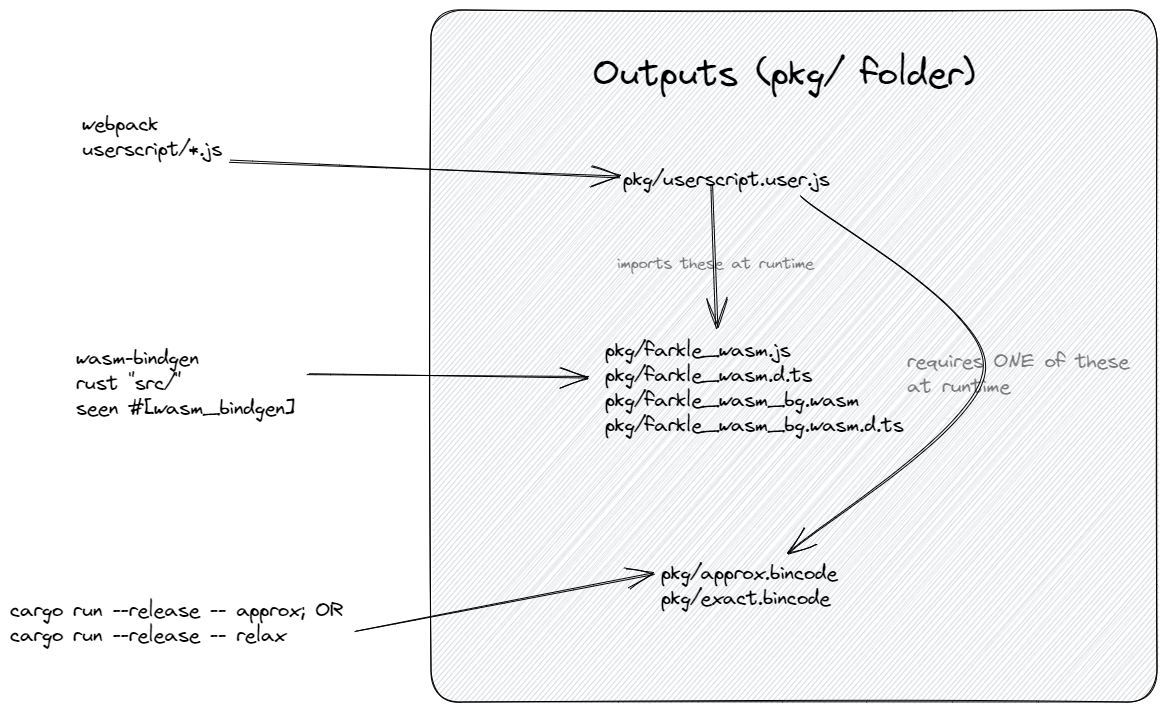
Above: docs/outputs.png in domsleee/farkle (Excalidraw), before the change. Source tidied: one line per element, renumbered; positions are measured from the earlier drawing's top-left corner, leaving out a move shared by most shapes. Its diagram source:
```json
{"id": 0, "type": "rectangle", "strokeColor": "#000000", "backgroundColor": "#ced4da", "fillStyle": "hachure", "strokeWidth": 1, "roughness": 1, "round": true, "x": 421, "y": 0, "width": 726, "height": 692}
{"id": 1, "type": "text", "text": "Outputs (pkg/ folder)", "strokeColor": "#000000", "strokeWidth": 1, "roughness": 1, "fontSize": 36, "fontFamily": 1, "x": 583, "y": 40, "width": 382, "height": 45}
{"id": 2, "type": "text", "text": "pkg/userscript.user.js", "strokeColor": "#000000", "strokeWidth": 1, "roughness": 1, "fontSize": 20, "fontFamily": 1, "x": 613, "y": 156, "width": 207, "height": 25}
{"id": 3, "type": "text", "text": "pkg/farkle_wasm.js\npkg/farkle_wasm.d.ts\npkg/farkle_wasm_bg.wasm\npkg/farkle_wasm_bg.wasm.d.ts", "strokeColor": "#000000", "backgroundColor": "#be4bdb", "fillStyle": "hachure", "strokeWidth": 1, "roughness": 1, "fontSize": 20, "fontFamily": 1, "x": 595, "y": 327, "width": 298, "height": 100}
{"id": 4, "type": "text", "text": "wasm-bindgen\nrust \"src/\"\nseen #[wasm_bindgen]", "strokeColor": "#000000", "backgroundColor": "#be4bdb", "fillStyle": "hachure", "strokeWidth": 1, "roughness": 1, "fontSize": 20, "fontFamily": 1, "x": 66, "y": 335, "width": 219, "height": 75}
{"id": 5, "type": "arrow", "strokeColor": "#000000", "backgroundColor": "#be4bdb", "fillStyle": "hachure", "strokeWidth": 1, "roughness": 1, "endArrowhead": "arrow", "round": true, "from": 4, "to": 3, "x": 297, "y": 364, "width": 282, "height": 2, "points": [[0, 0], [282, 2]]}
{"id": 6, "type": "text", "text": "webpack\nuserscript/*.js", "strokeColor": "#000000", "backgroundColor": "#be4bdb", "fillStyle": "hachure", "strokeWidth": 1, "roughness": 1, "fontSize": 20, "fontFamily": 1, "x": 72, "y": 101, "width": 140, "height": 50}
{"id": 7, "type": "arrow", "strokeColor": "#000000", "backgroundColor": "#be4bdb", "fillStyle": "hachure", "strokeWidth": 1, "roughness": 1, "endArrowhead": "arrow", "round": true, "from": 6, "to": 2, "x": 219, "y": 151, "width": 390, "height": 17, "points": [[0, 0], [390, 17]]}
{"id": 8, "type": "arrow", "strokeColor": "#000000", "backgroundColor": "#ced4da", "fillStyle": "hachure", "strokeWidth": 1, "roughness": 1, "endArrowhead": "arrow", "round": true, "to": 3, "x": 702, "y": 176, "width": 5, "height": 141, "points": [[0, 0], [5, 141]]}
{"id": 9, "type": "text", "text": "imports these at runtime", "strokeColor": "#000000", "backgroundColor": "#ced4da", "fillStyle": "hachure", "strokeWidth": 1, "roughness": 1, "opacity": 50, "fontSize": 16, "fontFamily": 1, "x": 607, "y": 242, "width": 197, "height": 20}
{"id": 10, "type": "text", "text": "pkg/approx.bincode\npkg/exact.bincode", "strokeColor": "#000000", "backgroundColor": "#ced4da", "fillStyle": "hachure", "strokeWidth": 1, "roughness": 1, "fontSize": 20, "fontFamily": 1, "x": 651, "y": 550, "width": 176, "height": 50}
{"id": 11, "type": "arrow", "strokeColor": "#000000", "backgroundColor": "#ced4da", "fillStyle": "hachure", "strokeWidth": 1, "roughness": 1, "endArrowhead": "arrow", "round": true, "from": 2, "to": 10, "x": 790, "y": 187, "width": 196, "height": 356, "points": [[0, 0], [184, 170], [-13, 356]]}
{"id": 12, "type": "text", "text": "requires ONE of these\nat runtime\n", "strokeColor": "#000000", "backgroundColor": "#ced4da", "fillStyle": "hachure", "strokeWidth": 1, "roughness": 1, "opacity": 50, "fontSize": 20, "fontFamily": 1, "x": 897, "y": 338, "width": 222, "height": 75}
{"id": 13, "type": "text", "text": "cargo run --release -- approx; OR\ncargo run --release -- relax", "strokeColor": "#000000", "backgroundColor": "#ced4da", "fillStyle": "hachure", "strokeWidth": 1, "roughness": 1, "fontSize": 20, "fontFamily": 1, "x": 0, "y": 587, "width": 333, "height": 50}
{"id": 14, "type": "arrow", "strokeColor": "#000000", "backgroundColor": "#ced4da", "fillStyle": "hachure", "strokeWidth": 1, "roughness": 1, "endArrowhead": "arrow", "round": true, "from": 13, "to": 10, "x": 345, "y": 621, "width": 299, "height": 57, "points": [[0, 0], [299, -57]]}
```
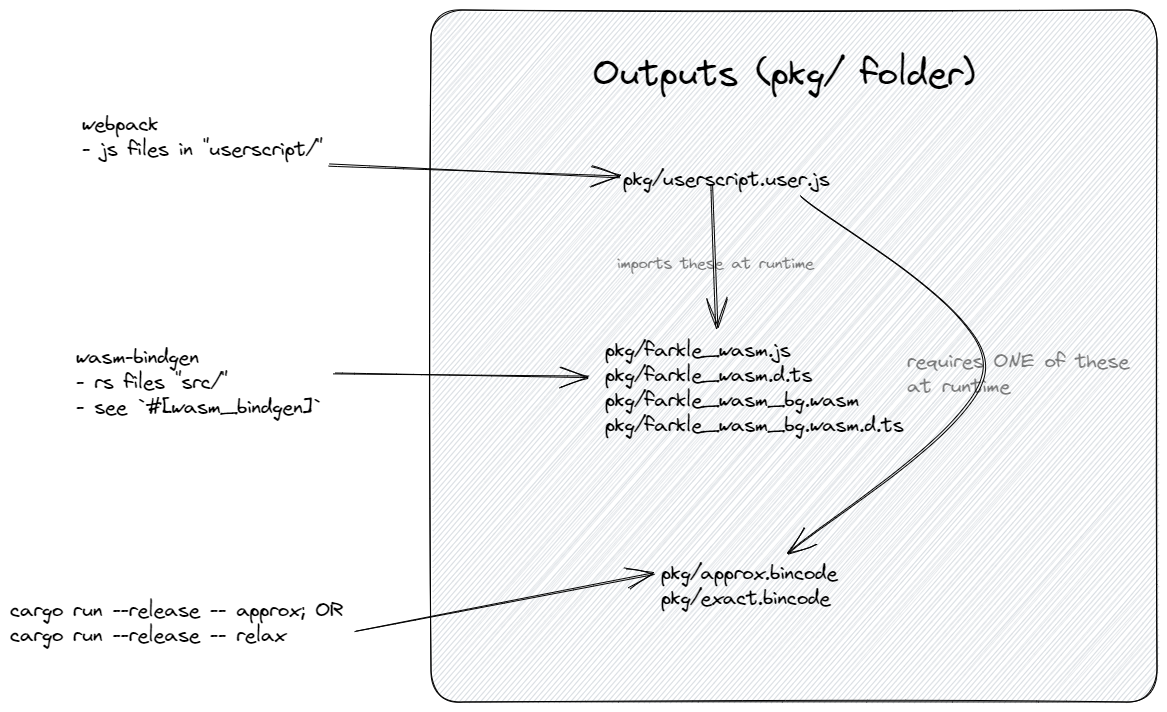
Above is the later version.

Change to the diagram source:
```diff
@@ -2,10 +2,10 @@
 {"id": 1, "type": "text", "text": "Outputs (pkg/ folder)", "strokeColor": "#000000", "strokeWidth": 1, "roughness": 1, "fontSize": 36, "fontFamily": 1, "x": 583, "y": 40, "width": 382, "height": 45}
 {"id": 2, "type": "text", "text": "pkg/userscript.user.js", "strokeColor": "#000000", "strokeWidth": 1, "roughness": 1, "fontSize": 20, "fontFamily": 1, "x": 613, "y": 156, "width": 207, "height": 25}
 {"id": 3, "type": "text", "text": "pkg/farkle_wasm.js\npkg/farkle_wasm.d.ts\npkg/farkle_wasm_bg.wasm\npkg/farkle_wasm_bg.wasm.d.ts", "strokeColor": "#000000", "backgroundColor": "#be4bdb", "fillStyle": "hachure", "strokeWidth": 1, "roughness": 1, "fontSize": 20, "fontFamily": 1, "x": 595, "y": 327, "width": 298, "height": 100}
-{"id": 4, "type": "text", "text": "wasm-bindgen\nrust \"src/\"\nseen #[wasm_bindgen]", "strokeColor": "#000000", "backgroundColor": "#be4bdb", "fillStyle": "hachure", "strokeWidth": 1, "roughness": 1, "fontSize": 20, "fontFamily": 1, "x": 66, "y": 335, "width": 219, "height": 75}
+{"id": 4, "type": "text", "text": "wasm-bindgen\n- rs files \"src/\"\n- see `#[wasm_bindgen]`", "strokeColor": "#000000", "backgroundColor": "#be4bdb", "fillStyle": "hachure", "strokeWidth": 1, "roughness": 1, "fontSize": 20, "fontFamily": 1, "x": 66, "y": 334, "width": 245, "height": 75}
-{"id": 5, "type": "arrow", "strokeColor": "#000000", "backgroundColor": "#be4bdb", "fillStyle": "hachure", "strokeWidth": 1, "roughness": 1, "endArrowhead": "arrow", "round": true, "from": 4, "to": 3, "x": 297, "y": 364, "width": 282, "height": 2, "points": [[0, 0], [282, 2]]}
+{"id": 5, "type": "arrow", "strokeColor": "#000000", "backgroundColor": "#be4bdb", "fillStyle": "hachure", "strokeWidth": 1, "roughness": 1, "endArrowhead": "arrow", "round": true, "from": 4, "to": 3, "x": 323, "y": 364, "width": 256, "height": 2, "points": [[0, 0], [256, 2]]}
-{"id": 6, "type": "text", "text": "webpack\nuserscript/*.js", "strokeColor": "#000000", "backgroundColor": "#be4bdb", "fillStyle": "hachure", "strokeWidth": 1, "roughness": 1, "fontSize": 20, "fontFamily": 1, "x": 72, "y": 101, "width": 140, "height": 50}
+{"id": 6, "type": "text", "text": "webpack\n- js files in \"userscript/\"", "strokeColor": "#000000", "backgroundColor": "#be4bdb", "fillStyle": "hachure", "strokeWidth": 1, "roughness": 1, "fontSize": 20, "fontFamily": 1, "x": 72, "y": 101, "width": 240, "height": 50}
-{"id": 7, "type": "arrow", "strokeColor": "#000000", "backgroundColor": "#be4bdb", "fillStyle": "hachure", "strokeWidth": 1, "roughness": 1, "endArrowhead": "arrow", "round": true, "from": 6, "to": 2, "x": 219, "y": 151, "width": 390, "height": 17, "points": [[0, 0], [390, 17]]}
+{"id": 7, "type": "arrow", "strokeColor": "#000000", "backgroundColor": "#be4bdb", "fillStyle": "hachure", "strokeWidth": 1, "roughness": 1, "endArrowhead": "arrow", "round": true, "from": 6, "to": 2, "x": 318, "y": 155, "width": 291, "height": 13, "points": [[0, 0], [291, 13]]}
 {"id": 8, "type": "arrow", "strokeColor": "#000000", "backgroundColor": "#ced4da", "fillStyle": "hachure", "strokeWidth": 1, "roughness": 1, "endArrowhead": "arrow", "round": true, "to": 3, "x": 702, "y": 176, "width": 5, "height": 141, "points": [[0, 0], [5, 141]]}
 {"id": 9, "type": "text", "text": "imports these at runtime", "strokeColor": "#000000", "backgroundColor": "#ced4da", "fillStyle": "hachure", "strokeWidth": 1, "roughness": 1, "opacity": 50, "fontSize": 16, "fontFamily": 1, "x": 607, "y": 242, "width": 197, "height": 20}
 {"id": 10, "type": "text", "text": "pkg/approx.bincode\npkg/exact.bincode", "strokeColor": "#000000", "backgroundColor": "#ced4da", "fillStyle": "hachure", "strokeWidth": 1, "roughness": 1, "fontSize": 20, "fontFamily": 1, "x": 651, "y": 550, "width": 176, "height": 50}
```
